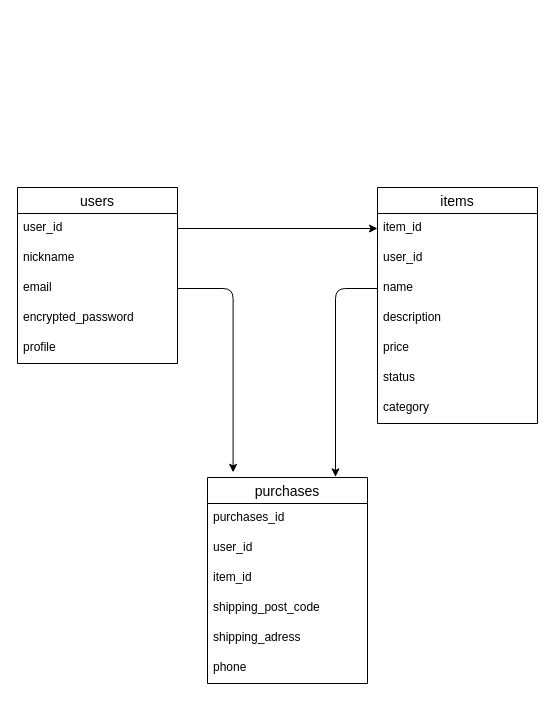
Above: furima.dio in kazuki-0707/furima-45700 (draw.io), before the change. Source tidied: cells renumbered, new cells numbered last; positions are measured from the earlier drawing's top-left corner, leaving out a move shared by most shapes. Both pictures are drawn from the tidied source at 100%, with x=0, y=0 at pixel (17, 187).
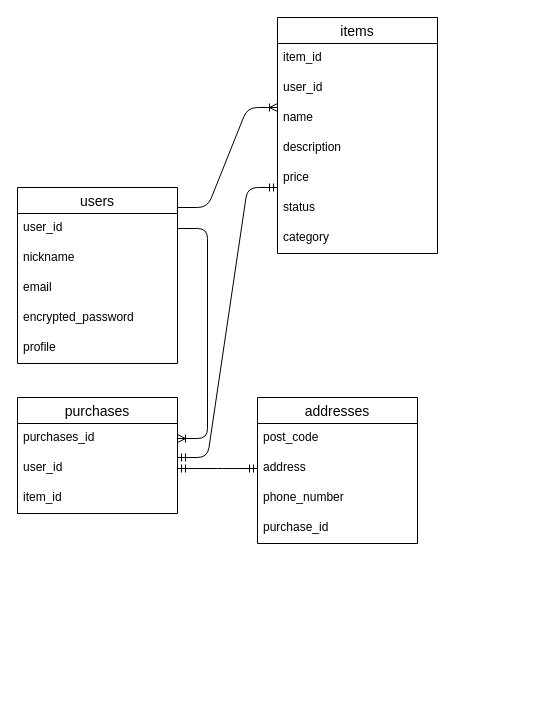
The same diagram, later.

Commit message (it also covers changes not shown here):
データベース設計の修正

The change refers to these unchanged cells:
```xml
<mxCell id="3" value="user_id" style="text;strokeColor=none;fillColor=none;spacingLeft=4;spacingRight=4;overflow=hidden;points=[[0,0.5],[1,0.5]];portConstraint=eastwest;fontSize=12;whiteSpace=wrap;html=1;" parent="2" vertex="1">
  <mxGeometry y="26" width="160" height="30" as="geometry" />
</mxCell>
<mxCell id="5" value="email" style="text;strokeColor=none;fillColor=none;spacingLeft=4;spacingRight=4;overflow=hidden;points=[[0,0.5],[1,0.5]];portConstraint=eastwest;fontSize=12;whiteSpace=wrap;html=1;" parent="2" vertex="1">
  <mxGeometry y="86" width="160" height="30" as="geometry" />
</mxCell>
<mxCell id="9" value="item_id" style="text;strokeColor=none;fillColor=none;spacingLeft=4;spacingRight=4;overflow=hidden;points=[[0,0.5],[1,0.5]];portConstraint=eastwest;fontSize=12;whiteSpace=wrap;html=1;" parent="8" vertex="1">
  <mxGeometry y="26" width="160" height="30" as="geometry" />
</mxCell>
<mxCell id="11" value="name" style="text;strokeColor=none;fillColor=none;spacingLeft=4;spacingRight=4;overflow=hidden;points=[[0,0.5],[1,0.5]];portConstraint=eastwest;fontSize=12;whiteSpace=wrap;html=1;" parent="8" vertex="1">
  <mxGeometry y="86" width="160" height="30" as="geometry" />
</mxCell>
<mxCell id="17" value="purchases_id" style="text;strokeColor=none;fillColor=none;spacingLeft=4;spacingRight=4;overflow=hidden;points=[[0,0.5],[1,0.5]];portConstraint=eastwest;fontSize=12;whiteSpace=wrap;html=1;" parent="16" vertex="1">
  <mxGeometry y="26" width="160" height="30" as="geometry" />
</mxCell>
<mxCell id="18" value="user_id" style="text;strokeColor=none;fillColor=none;spacingLeft=4;spacingRight=4;overflow=hidden;points=[[0,0.5],[1,0.5]];portConstraint=eastwest;fontSize=12;whiteSpace=wrap;html=1;" parent="16" vertex="1">
  <mxGeometry y="56" width="160" height="30" as="geometry" />
</mxCell>
```

Diff of the diagram source:
```diff
@@
     <mxCell id="8" value="items" style="swimlane;fontStyle=0;horizontal=1;startSize=26;align=center;fontSize=14;" parent="1" vertex="1">
-      <mxGeometry x="360" width="160" height="236" as="geometry" />
+      <mxGeometry x="260" y="-170" width="160" height="236" as="geometry" />
     </mxCell>
@@
     <mxCell id="16" value="purchases" style="swimlane;fontStyle=0;horizontal=1;startSize=26;align=center;fontSize=14;" parent="1" vertex="1">
-      <mxGeometry x="190" y="290" width="160" height="206" as="geometry" />
+      <mxGeometry y="210" width="160" height="116" as="geometry" />
     </mxCell>
@@
-    <mxCell id="20" value="shipping_post_code" style="text;strokeColor=none;fillColor=none;spacingLeft=4;spacingRight=4;overflow=hidden;fontSize=12;whiteSpace=wrap;html=1;" parent="16" vertex="1">
-      <mxGeometry y="116" width="160" height="30" as="geometry" />
-    </mxCell>
-    <mxCell id="21" value="shipping_adress" style="text;strokeColor=none;fillColor=none;spacingLeft=4;spacingRight=4;overflow=hidden;fontSize=12;whiteSpace=wrap;html=1;" parent="16" vertex="1">
-      <mxGeometry y="146" width="160" height="30" as="geometry" />
-    </mxCell>
-    <mxCell id="22" value="phone" style="text;strokeColor=none;fillColor=none;spacingLeft=4;spacingRight=4;overflow=hidden;fontSize=12;whiteSpace=wrap;html=1;" parent="16" vertex="1">
-      <mxGeometry y="176" width="160" height="30" as="geometry" />
-    </mxCell>
-    <mxCell id="23" style="edgeStyle=none;html=1;exitX=1;exitY=0.5;exitDx=0;exitDy=0;entryX=0;entryY=0.5;entryDx=0;entryDy=0;" parent="1" edge="1" source="3" target="9">
-      <mxGeometry relative="1" as="geometry" />
-    </mxCell>
-    <mxCell id="24" style="edgeStyle=orthogonalEdgeStyle;html=1;exitX=1;exitY=0.5;exitDx=0;exitDy=0;entryX=0.16;entryY=-0.025;entryDx=0;entryDy=0;entryPerimeter=0;" parent="1" edge="1" source="5" target="16">
-      <mxGeometry relative="1" as="geometry" />
-    </mxCell>
-    <mxCell id="25" style="edgeStyle=orthogonalEdgeStyle;html=1;exitX=0;exitY=0.5;exitDx=0;exitDy=0;entryX=0.8;entryY=-0.003;entryDx=0;entryDy=0;entryPerimeter=0;" parent="1" edge="1" source="11" target="16">
-      <mxGeometry relative="1" as="geometry" />
-    </mxCell>
+    <mxCell id="26" value="addresses" style="swimlane;fontStyle=0;horizontal=1;startSize=26;align=center;fontSize=14;" parent="1" vertex="1">
+      <mxGeometry x="240" y="210" width="160" height="146" as="geometry" />
+    </mxCell>
+    <mxCell id="27" value="post_code" style="text;strokeColor=none;fillColor=none;spacingLeft=4;spacingRight=4;overflow=hidden;fontSize=12;whiteSpace=wrap;html=1;" parent="26" vertex="1">
+      <mxGeometry y="26" width="160" height="30" as="geometry" />
+    </mxCell>
+    <mxCell id="28" value="address" style="text;strokeColor=none;fillColor=none;spacingLeft=4;spacingRight=4;overflow=hidden;points=[[0,0.5],[1,0.5]];portConstraint=eastwest;fontSize=12;whiteSpace=wrap;html=1;" parent="26" vertex="1">
+      <mxGeometry y="56" width="160" height="30" as="geometry" />
+    </mxCell>
+    <mxCell id="29" value="phone_number" style="text;strokeColor=none;fillColor=none;spacingLeft=4;spacingRight=4;overflow=hidden;fontSize=12;whiteSpace=wrap;html=1;" parent="26" vertex="1">
+      <mxGeometry y="86" width="160" height="30" as="geometry" />
+    </mxCell>
+    <mxCell id="30" value="purchase_id" style="text;strokeColor=none;fillColor=none;spacingLeft=4;spacingRight=4;overflow=hidden;fontSize=12;whiteSpace=wrap;html=1;" parent="26" vertex="1">
+      <mxGeometry y="116" width="160" height="30" as="geometry" />
+    </mxCell>
+    <mxCell id="31" style="edgeStyle=entityRelationEdgeStyle;fontSize=12;html=1;endArrow=ERoneToMany;" parent="1" edge="1">
+      <mxGeometry relative="1" as="geometry">
+        <mxPoint x="160" y="20" as="sourcePoint" />
+        <mxPoint x="260" y="-80" as="targetPoint" />
+      </mxGeometry>
+    </mxCell>
+    <mxCell id="32" style="edgeStyle=entityRelationEdgeStyle;fontSize=12;html=1;endArrow=ERmandOne;startArrow=ERmandOne;" parent="1" edge="1">
+      <mxGeometry relative="1" as="geometry">
+        <mxPoint x="160" y="270" as="sourcePoint" />
+        <mxPoint x="260" as="targetPoint" />
+      </mxGeometry>
+    </mxCell>
+    <mxCell id="33" style="edgeStyle=entityRelationEdgeStyle;fontSize=12;html=1;endArrow=ERmandOne;startArrow=ERmandOne;entryX=0;entryY=0.5;entryDx=0;entryDy=0;exitX=1;exitY=0.5;exitDx=0;exitDy=0;" parent="1" edge="1" source="18" target="28">
+      <mxGeometry relative="1" as="geometry" />
+    </mxCell>
+    <mxCell id="34" style="edgeStyle=entityRelationEdgeStyle;fontSize=12;html=1;endArrow=ERoneToMany;entryX=1;entryY=0.5;entryDx=0;entryDy=0;exitX=1;exitY=0.5;exitDx=0;exitDy=0;" parent="1" edge="1" source="3" target="17">
+      <mxGeometry relative="1" as="geometry">
+        <Array as="points">
+          <mxPoint x="70" y="149" />
+          <mxPoint x="180" y="190" />
+        </Array>
+      </mxGeometry>
+    </mxCell>
```
